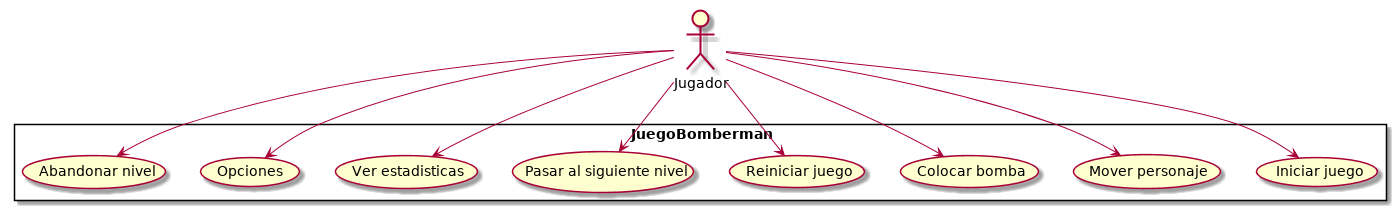
This is Bomberman UML/Diagrama de caso de uso/Bomberman_UML_Caso_de_uso.png from vtroitio/Bomberman, a PlantUML export, as it was before one commit. Source of this version:
```plantuml
@startuml
:Jugador:
rectangle JuegoBomberman{
Jugador --> (Iniciar juego)
Jugador --> (Mover personaje)
Jugador --> (Colocar bomba)
Jugador --> (Reiniciar juego)
Jugador --> (Pasar al siguiente nivel)
Jugador --> (Ver estadisticas)
Jugador --> (Opciones)
Jugador --> (Abandonar nivel)
}
@enduml
```
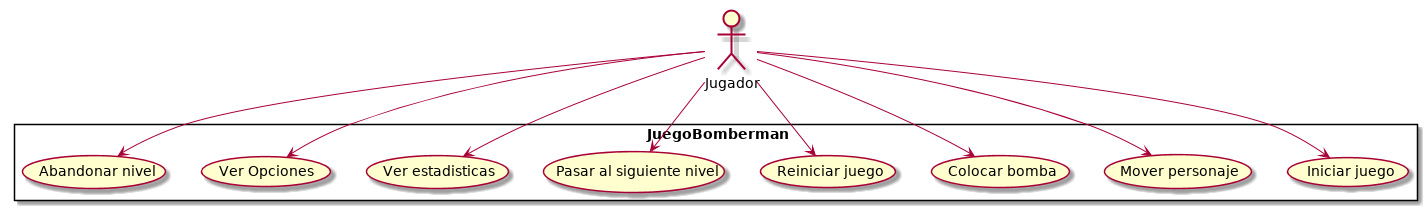
Later version of the same file.

Commit message:
Cambio diagrama de caso de uso

Change to the diagram source:
```diff
@@ -7,7 +7,7 @@
 Jugador --> (Reiniciar juego)
 Jugador --> (Pasar al siguiente nivel)
 Jugador --> (Ver estadisticas)
-Jugador --> (Opciones)
+Jugador --> (Ver Opciones)
 Jugador --> (Abandonar nivel)
 }
 @enduml
```
